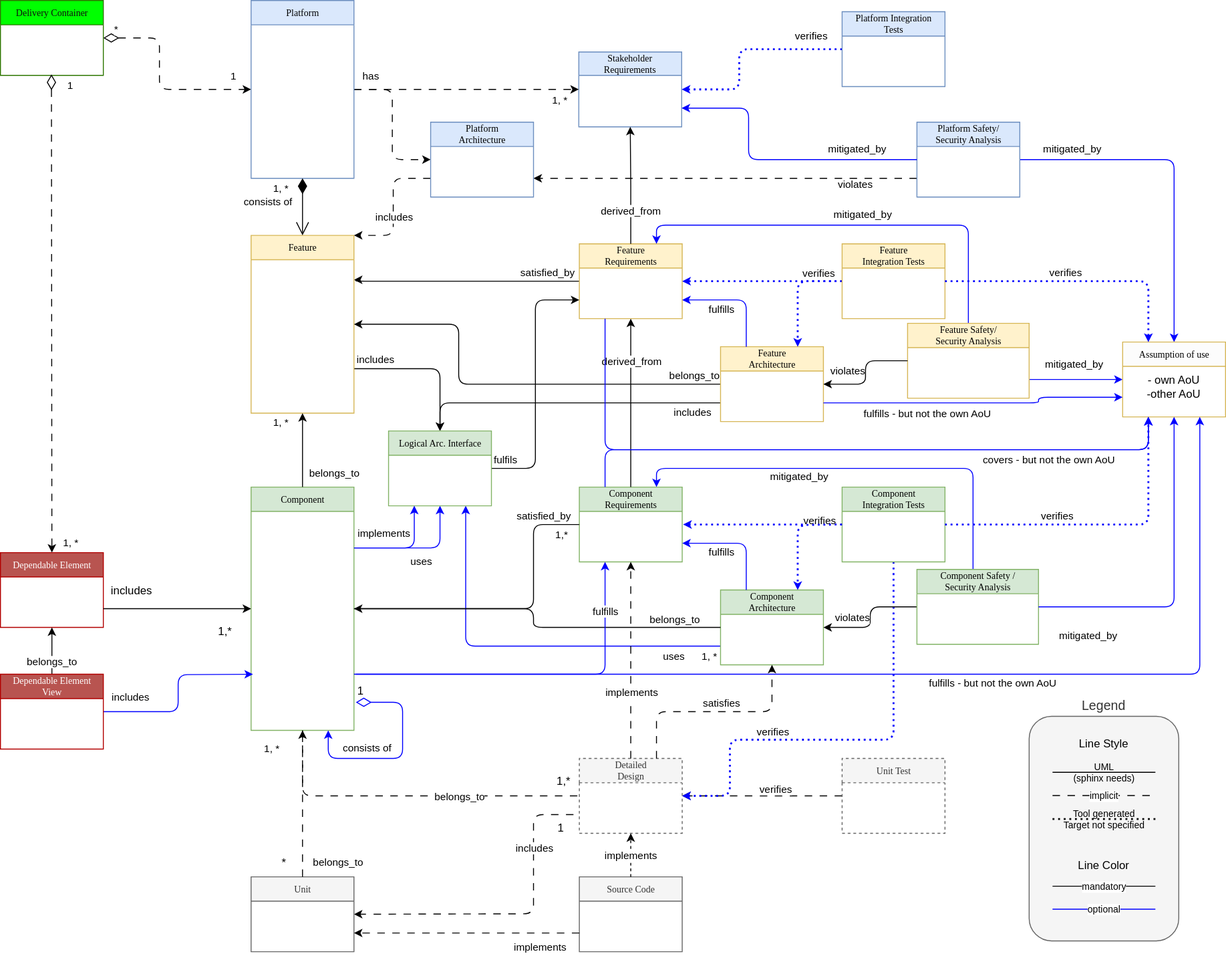
Above: main/_images/score_building_blocks_meta_model.drawio.svg in alekseyborisyukvalidas/process_description (draw.io), before the change. Source tidied: cells renumbered, new cells last; positions are measured from the earlier drawing's top-left corner, leaving out a move shared by most shapes.
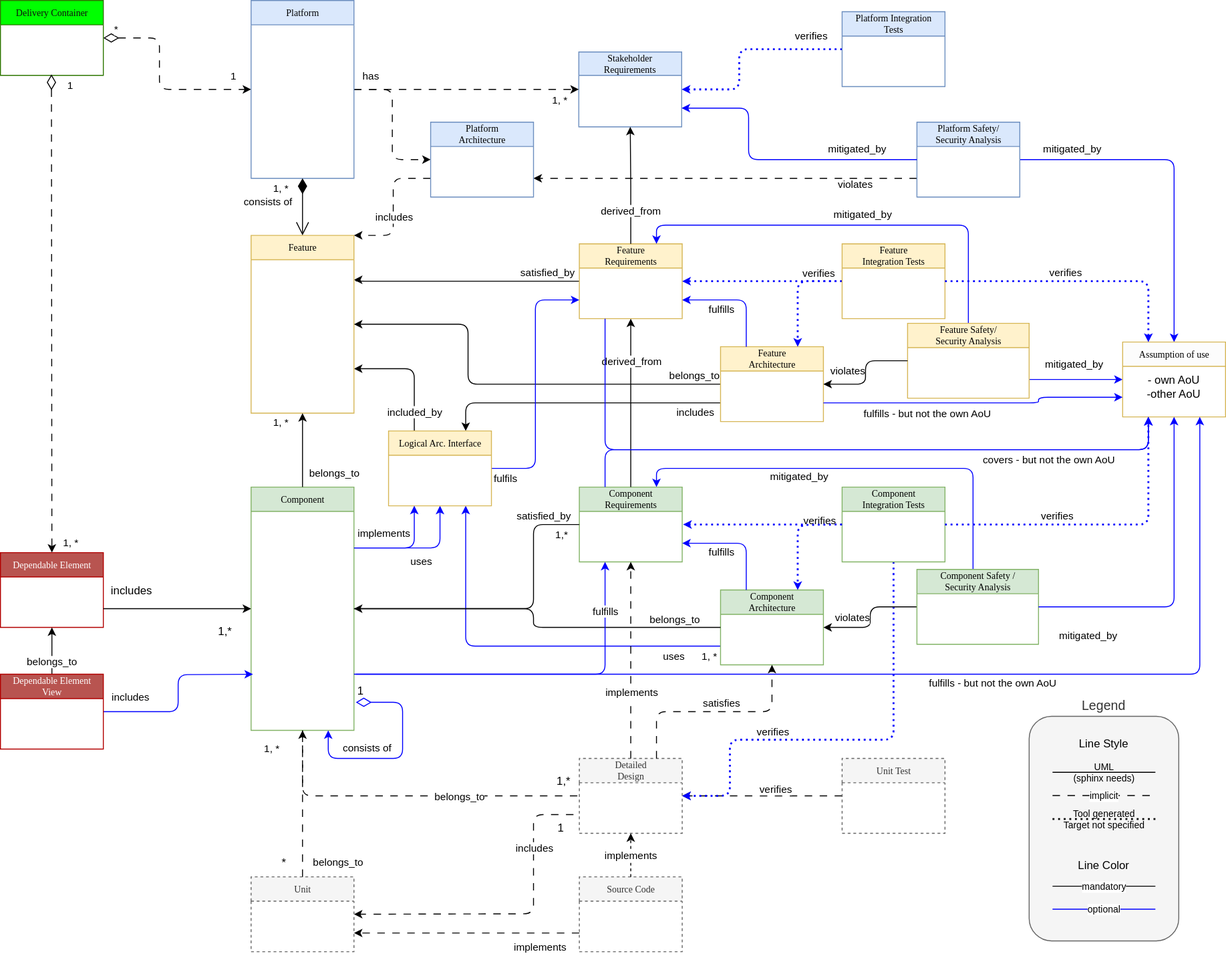
After the commit.

Change to the diagram source:
```diff
@@ -23,10 +23,8 @@
         <mxPoint x="-13" y="-7" as="offset" />
       </mxGeometry>
     </mxCell>
-    <mxCell id="6" value="includes" style="edgeStyle=orthogonalEdgeStyle;html=1;exitX=1;exitY=0.75;exitDx=0;exitDy=0;entryX=0.5;entryY=0;entryDx=0;entryDy=0;" parent="1" edge="1" source="7" target="99">
-      <mxGeometry x="-0.71" y="11" relative="1" as="geometry">
-        <mxPoint y="1" as="offset" />
-      </mxGeometry>
+    <mxCell id="6" value="included_by" style="edgeStyle=orthogonalEdgeStyle;html=1;exitX=1;exitY=0.75;exitDx=0;exitDy=0;entryX=0.25;entryY=0;entryDx=0;entryDy=0;endArrow=none;endFill=0;startArrow=classic;startFill=1;" parent="1" edge="1" source="7" target="99">
+      <mxGeometry x="0.69" relative="1" as="geometry" />
     </mxCell>
     <mxCell id="7" value="Feature" style="swimlane;html=1;fontStyle=0;horizontal=1;startSize=26;fillColor=#fff2cc;swimlaneFillColor=#ffffff;rounded=0;shadow=0;comic=0;labelBackgroundColor=none;strokeWidth=1;fontFamily=Verdana;fontSize=10;align=center;strokeColor=#d6b656;" parent="1" vertex="1">
       <mxGeometry x="268" y="251" width="110" height="190" as="geometry" />
@@ -43,14 +41,14 @@
     <mxCell id="11" value="Feature&lt;br&gt;Requirements" style="swimlane;html=1;fontStyle=0;horizontal=1;startSize=26;fillColor=#fff2cc;swimlaneFillColor=#ffffff;rounded=0;shadow=0;comic=0;labelBackgroundColor=none;strokeWidth=1;fontFamily=Verdana;fontSize=10;align=center;strokeColor=#d6b656;" parent="1" vertex="1">
       <mxGeometry x="619" y="260" width="110" height="80" as="geometry" />
     </mxCell>
-    <mxCell id="12" value="includes" style="edgeStyle=orthogonalEdgeStyle;html=1;exitX=0;exitY=0.75;exitDx=0;exitDy=0;entryX=0.5;entryY=0;entryDx=0;entryDy=0;" parent="1" edge="1" source="15" target="99">
+    <mxCell id="12" value="includes" style="edgeStyle=orthogonalEdgeStyle;html=1;exitX=0;exitY=0.75;exitDx=0;exitDy=0;entryX=0.75;entryY=0;entryDx=0;entryDy=0;" parent="1" edge="1" source="15" target="99">
       <mxGeometry x="-0.82" y="10" relative="1" as="geometry" />
     </mxCell>
     <mxCell id="13" style="edgeStyle=orthogonalEdgeStyle;html=1;exitX=0;exitY=0.5;exitDx=0;exitDy=0;entryX=1;entryY=0.5;entryDx=0;entryDy=0;" parent="1" edge="1" source="15" target="7">
       <mxGeometry relative="1" as="geometry">
         <Array as="points">
-          <mxPoint x="490" y="410" />
-          <mxPoint x="490" y="346" />
+          <mxPoint x="500" y="410" />
+          <mxPoint x="500" y="346" />
         </Array>
       </mxGeometry>
     </mxCell>
@@ -95,7 +93,7 @@
     <mxCell id="21" value="includes" style="edgeLabel;html=1;align=center;verticalAlign=middle;rounded=0;dashed=1;dashPattern=8 8;strokeColor=default;fontFamily=Helvetica;fontSize=11;fontColor=default;labelBackgroundColor=default;" parent="20" vertex="1">
       <mxGeometry x="0.52" relative="1" as="geometry" />
     </mxCell>
-    <mxCell id="22" value="Unit" style="swimlane;html=1;fontStyle=0;horizontal=1;startSize=26;fillColor=#f5f5f5;swimlaneFillColor=#ffffff;rounded=0;shadow=0;comic=0;labelBackgroundColor=none;strokeWidth=1;fontFamily=Verdana;fontSize=10;align=center;fontColor=#333333;strokeColor=#666666;" parent="1" vertex="1">
+    <mxCell id="22" value="Unit" style="swimlane;html=1;fontStyle=0;horizontal=1;startSize=26;fillColor=#f5f5f5;swimlaneFillColor=#ffffff;rounded=0;shadow=0;comic=0;labelBackgroundColor=none;strokeWidth=1;fontFamily=Verdana;fontSize=10;align=center;fontColor=#333333;strokeColor=#666666;dashed=1;verticalAlign=middle;" parent="1" vertex="1">
       <mxGeometry x="268" y="936.5" width="110" height="80" as="geometry" />
     </mxCell>
     <mxCell id="23" value="1, *" style="endArrow=classic;html=1;endSize=6;startArrow=none;startSize=14;startFill=0;edgeStyle=orthogonalEdgeStyle;align=center;verticalAlign=middle;rounded=0;entryX=0.5;entryY=1;entryDx=0;entryDy=0;exitX=0.5;exitY=0;exitDx=0;exitDy=0;endFill=1;dashed=1;dashPattern=8 8;strokeColor=default;fontFamily=Helvetica;fontSize=11;fontColor=default;labelBackgroundColor=default;" parent="1" edge="1" source="22" target="9">
@@ -106,7 +104,7 @@
         <mxPoint x="39" y="20" as="offset" />
       </mxGeometry>
     </mxCell>
-    <mxCell id="25" value="Source Code" style="swimlane;html=1;fontStyle=0;horizontal=1;startSize=26;fillColor=#f5f5f5;swimlaneFillColor=#ffffff;rounded=0;shadow=0;comic=0;labelBackgroundColor=none;strokeWidth=1;fontFamily=Verdana;fontSize=10;align=center;fontColor=#333333;strokeColor=#666666;" parent="1" vertex="1">
+    <mxCell id="25" value="Source Code" style="swimlane;html=1;fontStyle=0;horizontal=1;startSize=26;fillColor=#f5f5f5;swimlaneFillColor=#ffffff;rounded=0;shadow=0;comic=0;labelBackgroundColor=none;strokeWidth=1;fontFamily=Verdana;fontSize=10;align=center;fontColor=#333333;strokeColor=#666666;dashed=1;verticalAlign=middle;" parent="1" vertex="1">
       <mxGeometry x="619" y="936.5" width="110" height="80" as="geometry" />
     </mxCell>
     <mxCell id="26" style="edgeStyle=orthogonalEdgeStyle;rounded=1;jettySize=auto;html=1;entryX=0.5;entryY=0;entryDx=0;entryDy=0;exitX=1;exitY=0.5;exitDx=0;exitDy=0;strokeColor=#0000FF;" parent="1" edge="1" source="94" target="62">
@@ -447,10 +445,10 @@
         <mxPoint x="-37" y="-244" as="offset" />
       </mxGeometry>
     </mxCell>
-    <mxCell id="98" value="fulfils" style="edgeStyle=orthogonalEdgeStyle;html=1;entryX=0;entryY=0.75;entryDx=0;entryDy=0;exitX=1;exitY=0.5;exitDx=0;exitDy=0;strokeColor=#000000;verticalAlign=bottom;" parent="1" edge="1" source="99" target="11">
+    <mxCell id="98" value="fulfils" style="edgeStyle=orthogonalEdgeStyle;html=1;entryX=0;entryY=0.75;entryDx=0;entryDy=0;exitX=1;exitY=0.5;exitDx=0;exitDy=0;strokeColor=#0000FF;verticalAlign=top;rounded=1;align=center;spacing=0;fontFamily=Helvetica;fontSize=11;fontColor=default;labelBackgroundColor=default;endArrow=classic;" parent="1" edge="1" source="99" target="11">
       <mxGeometry x="-0.89" relative="1" as="geometry" />
     </mxCell>
-    <mxCell id="99" value="Logical Arc. Interface" style="swimlane;html=1;fontStyle=0;horizontal=1;startSize=26;fillColor=#d5e8d4;swimlaneFillColor=#ffffff;rounded=0;shadow=0;comic=0;labelBackgroundColor=none;strokeWidth=1;fontFamily=Verdana;fontSize=10;align=center;strokeColor=#82b366;" parent="1" vertex="1">
+    <mxCell id="99" value="Logical Arc. Interface" style="swimlane;html=1;fontStyle=0;horizontal=1;startSize=26;fillColor=#fff2cc;swimlaneFillColor=#ffffff;rounded=0;shadow=0;comic=0;labelBackgroundColor=none;strokeWidth=1;fontFamily=Verdana;fontSize=10;align=center;strokeColor=#d6b656;verticalAlign=middle;fontColor=default;" parent="1" vertex="1">
       <mxGeometry x="415" y="460" width="110" height="80" as="geometry" />
     </mxCell>
     <mxCell id="100" value="Legend" style="rounded=1;whiteSpace=wrap;html=1;verticalAlign=bottom;labelPosition=center;verticalLabelPosition=top;align=center;fontSize=14;fillColor=#f5f5f5;fontColor=#333333;strokeColor=#666666;" parent="1" vertex="1">
```
